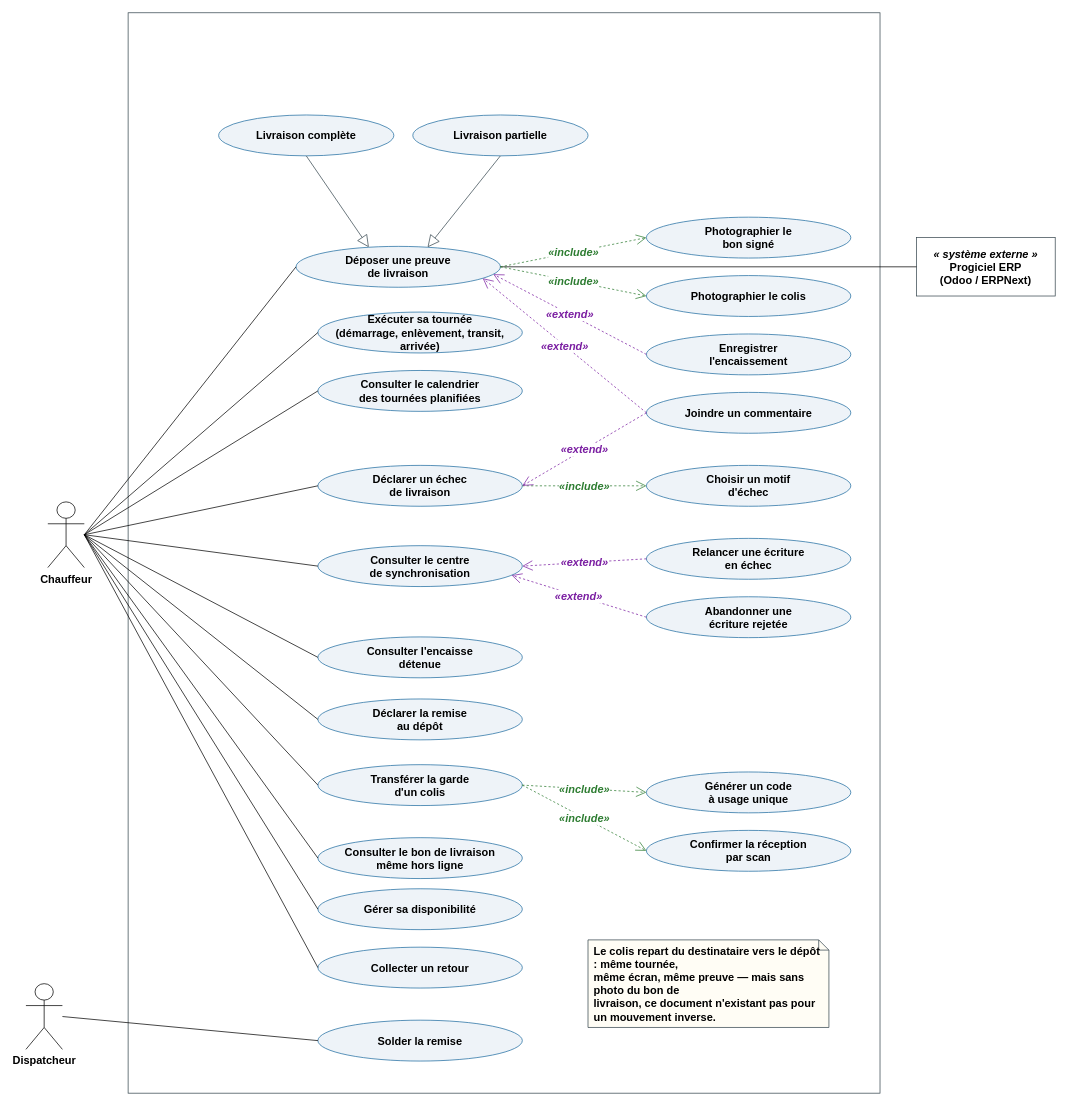
This is diagrams/drawio/Sprint4/ucSprint4.drawio from Moaziz667/asm-track, a draw.io file, before an edit. Source tidied: cells renumbered, new cells numbered last; positions are measured from the earlier drawing's top-left corner, leaving out a move shared by most shapes. Both pictures are drawn from the tidied source at 73%, with x=0, y=0 at pixel (26, 12).
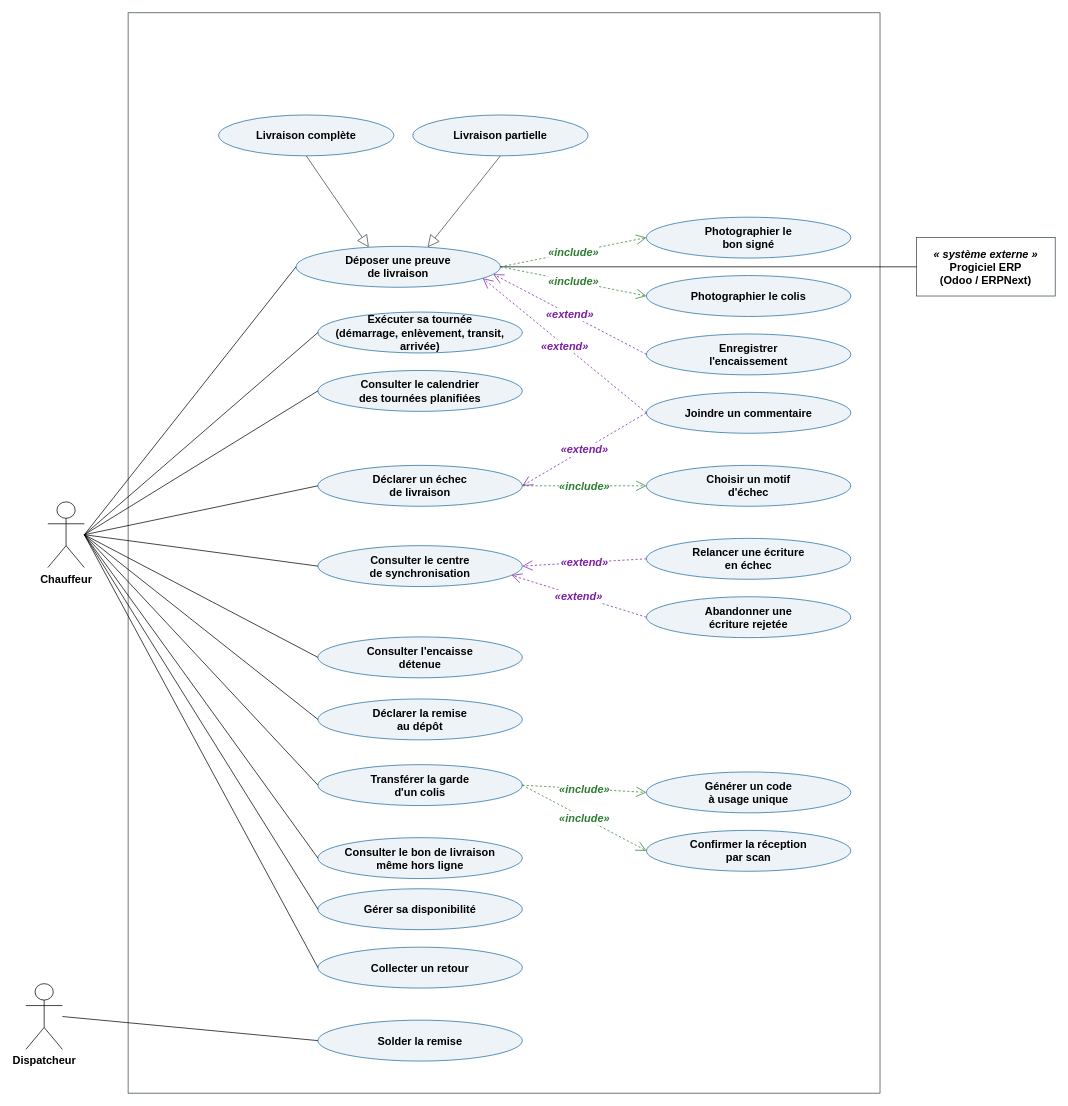
The same diagram, later.

The edit, as a diff of the source:
```diff
@@
-    <mxCell id="18" value="Le colis repart du destinataire vers le dépôt : même tournée,&#10;même écran, même preuve — mais sans photo du bon de&#10;livraison, ce document n'existant pas pour un mouvement inverse." style="shape=note;whiteSpace=wrap;html=1;size=14;fillColor=#FFFDF5;strokeColor=#37474F;fontSize=15;align=left;spacingLeft=6;spacingRight=6;verticalAlign=middle;fontStyle=1;" parent="1" vertex="1">
-      <mxGeometry x="770" y="1270" width="330" height="120" as="geometry" />
-    </mxCell>
```
